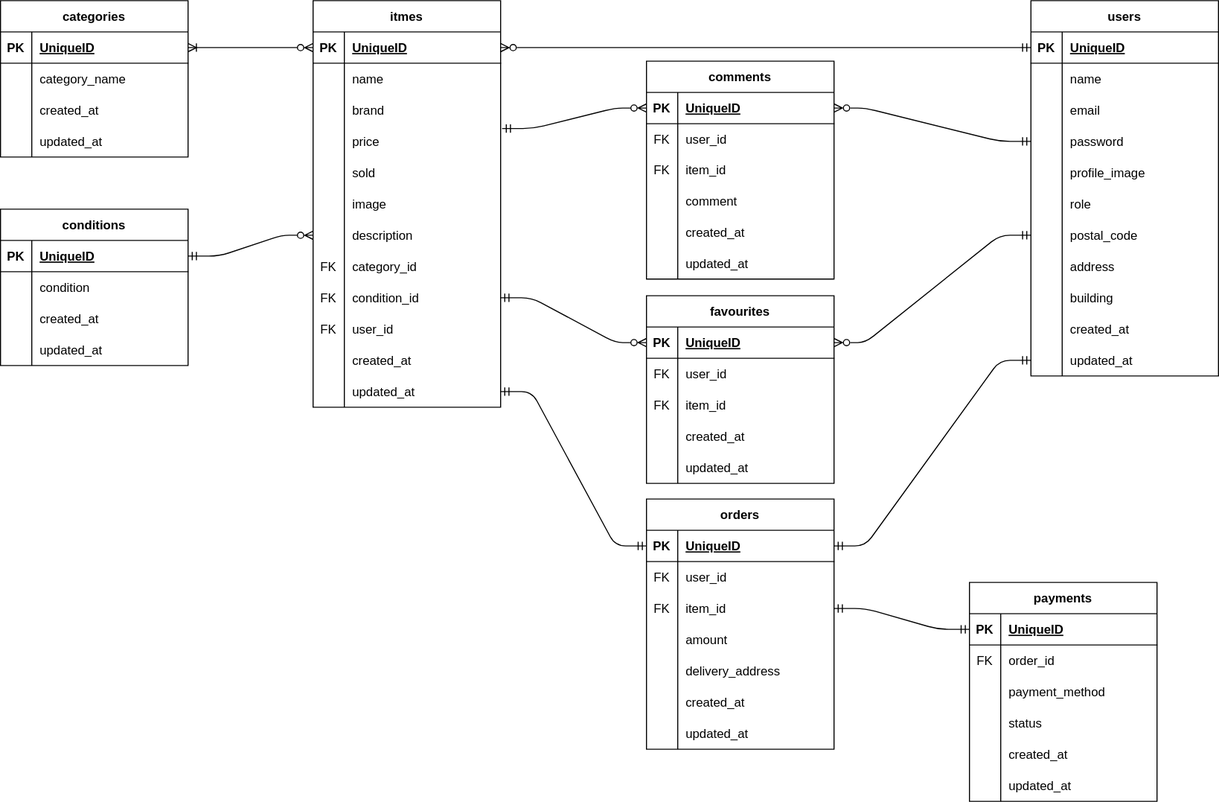
Before: index.drawio.svg, a diagram exported from draw.io (MiyokoNakada/20240806_Flea_Market). Source tidied: cells renumbered, new cells last; positions are measured from the earlier drawing's top-left corner, leaving out a move shared by most shapes.
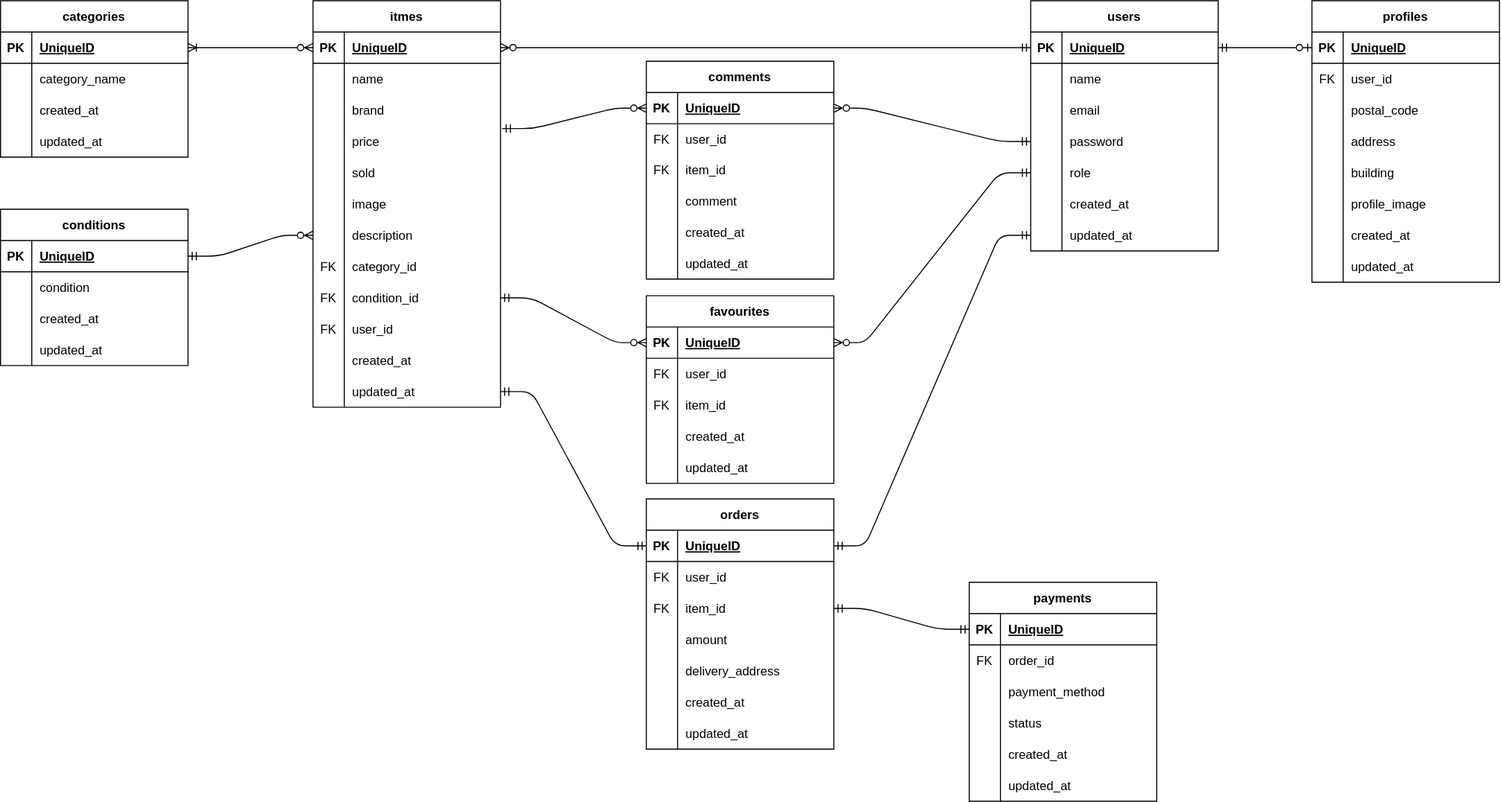
After the change.

The edit, as a diff of the source:
```diff
@@ -114,7 +114,7 @@
       <mxGeometry x="30" width="150" height="30" as="geometry" />
     </mxCell>
     <mxCell id="39" value="users" style="shape=table;startSize=30;rowLines=0;fontStyle=1;align=center;" parent="1" vertex="1">
-      <mxGeometry x="989" width="180" height="360" as="geometry" />
+      <mxGeometry x="989" width="180" height="240" as="geometry" />
     </mxCell>
     <mxCell id="40" style="shape=tableRow;horizontal=0;startSize=0;swimlaneHead=0;swimlaneBody=0;fillColor=none;points=[[0,0.5],[1,0.5]];portConstraint=eastwest;top=0;left=0;right=0;bottom=1;" parent="39" vertex="1">
       <mxGeometry y="30" width="180" height="30" as="geometry" />
@@ -152,17 +152,8 @@
     <mxCell id="51" value="password" style="shape=partialRectangle;fillColor=none;top=0;left=0;bottom=0;right=0;align=left;spacingLeft=6;overflow=hidden;" parent="49" vertex="1">
       <mxGeometry x="30" width="150" height="30" as="geometry" />
     </mxCell>
-    <mxCell id="52" style="shape=tableRow;horizontal=0;startSize=0;swimlaneHead=0;swimlaneBody=0;fillColor=none;top=0;left=0;right=0;bottom=0;" parent="39" vertex="1">
-      <mxGeometry y="150" width="180" height="30" as="geometry" />
-    </mxCell>
-    <mxCell id="53" style="shape=partialRectangle;fillColor=none;top=0;left=0;bottom=0;right=0;overflow=hidden;" parent="52" vertex="1">
-      <mxGeometry width="30" height="30" as="geometry" />
-    </mxCell>
-    <mxCell id="54" value="profile_image" style="shape=partialRectangle;fillColor=none;top=0;left=0;bottom=0;right=0;align=left;spacingLeft=6;overflow=hidden;" parent="52" vertex="1">
-      <mxGeometry x="30" width="150" height="30" as="geometry" />
-    </mxCell>
     <mxCell id="55" style="shape=tableRow;horizontal=0;startSize=0;swimlaneHead=0;swimlaneBody=0;fillColor=none;points=[[0,0.5],[1,0.5]];portConstraint=eastwest;top=0;left=0;right=0;bottom=0;" parent="39" vertex="1">
-      <mxGeometry y="180" width="180" height="30" as="geometry" />
+      <mxGeometry y="150" width="180" height="30" as="geometry" />
     </mxCell>
     <mxCell id="56" style="shape=partialRectangle;fillColor=none;top=0;left=0;bottom=0;right=0;overflow=hidden;" parent="55" vertex="1">
       <mxGeometry width="30" height="30" as="geometry" />
@@ -170,35 +161,8 @@
     <mxCell id="57" value="role" style="shape=partialRectangle;fillColor=none;top=0;left=0;bottom=0;right=0;align=left;spacingLeft=6;overflow=hidden;" parent="55" vertex="1">
       <mxGeometry x="30" width="150" height="30" as="geometry" />
     </mxCell>
-    <mxCell id="58" style="shape=tableRow;horizontal=0;startSize=0;swimlaneHead=0;swimlaneBody=0;fillColor=none;points=[[0,0.5],[1,0.5]];portConstraint=eastwest;top=0;left=0;right=0;bottom=0;" parent="39" vertex="1">
-      <mxGeometry y="210" width="180" height="30" as="geometry" />
-    </mxCell>
-    <mxCell id="59" style="shape=partialRectangle;fillColor=none;top=0;left=0;bottom=0;right=0;overflow=hidden;" parent="58" vertex="1">
-      <mxGeometry width="30" height="30" as="geometry" />
-    </mxCell>
-    <mxCell id="60" value="postal_code" style="shape=partialRectangle;fillColor=none;top=0;left=0;bottom=0;right=0;align=left;spacingLeft=6;overflow=hidden;" parent="58" vertex="1">
-      <mxGeometry x="30" width="150" height="30" as="geometry" />
-    </mxCell>
-    <mxCell id="61" style="shape=tableRow;horizontal=0;startSize=0;swimlaneHead=0;swimlaneBody=0;fillColor=none;top=0;left=0;right=0;bottom=0;" parent="39" vertex="1">
-      <mxGeometry y="240" width="180" height="30" as="geometry" />
-    </mxCell>
-    <mxCell id="62" style="shape=partialRectangle;fillColor=none;top=0;left=0;bottom=0;right=0;overflow=hidden;" parent="61" vertex="1">
-      <mxGeometry width="30" height="30" as="geometry" />
-    </mxCell>
-    <mxCell id="63" value="address" style="shape=partialRectangle;fillColor=none;top=0;left=0;bottom=0;right=0;align=left;spacingLeft=6;overflow=hidden;" parent="61" vertex="1">
-      <mxGeometry x="30" width="150" height="30" as="geometry" />
-    </mxCell>
-    <mxCell id="64" style="shape=tableRow;horizontal=0;startSize=0;swimlaneHead=0;swimlaneBody=0;fillColor=none;top=0;left=0;right=0;bottom=0;" parent="39" vertex="1">
-      <mxGeometry y="270" width="180" height="30" as="geometry" />
-    </mxCell>
-    <mxCell id="65" style="shape=partialRectangle;fillColor=none;top=0;left=0;bottom=0;right=0;overflow=hidden;" parent="64" vertex="1">
-      <mxGeometry width="30" height="30" as="geometry" />
-    </mxCell>
-    <mxCell id="66" value="building" style="shape=partialRectangle;fillColor=none;top=0;left=0;bottom=0;right=0;align=left;spacingLeft=6;overflow=hidden;" parent="64" vertex="1">
-      <mxGeometry x="30" width="150" height="30" as="geometry" />
-    </mxCell>
     <mxCell id="67" style="shape=tableRow;horizontal=0;startSize=0;swimlaneHead=0;swimlaneBody=0;fillColor=none;top=0;left=0;right=0;bottom=0;" parent="39" vertex="1">
-      <mxGeometry y="300" width="180" height="30" as="geometry" />
+      <mxGeometry y="180" width="180" height="30" as="geometry" />
     </mxCell>
     <mxCell id="68" style="shape=partialRectangle;fillColor=none;top=0;left=0;bottom=0;right=0;overflow=hidden;" parent="67" vertex="1">
       <mxGeometry width="30" height="30" as="geometry" />
@@ -207,7 +171,7 @@
       <mxGeometry x="30" width="150" height="30" as="geometry" />
     </mxCell>
     <mxCell id="70" style="shape=tableRow;horizontal=0;startSize=0;swimlaneHead=0;swimlaneBody=0;fillColor=none;points=[[0,0.5],[1,0.5]];portConstraint=eastwest;top=0;left=0;right=0;bottom=0;" parent="39" vertex="1">
-      <mxGeometry y="330" width="180" height="30" as="geometry" />
+      <mxGeometry y="210" width="180" height="30" as="geometry" />
     </mxCell>
     <mxCell id="71" style="shape=partialRectangle;fillColor=none;top=0;left=0;bottom=0;right=0;overflow=hidden;" parent="70" vertex="1">
       <mxGeometry width="30" height="30" as="geometry" />
@@ -545,11 +509,89 @@
     <mxCell id="182" value="updated_at" style="shape=partialRectangle;fillColor=none;top=0;left=0;bottom=0;right=0;align=left;spacingLeft=6;overflow=hidden;" parent="180" vertex="1">
       <mxGeometry x="30" width="150" height="30" as="geometry" />
     </mxCell>
-    <mxCell id="183" style="fontSize=12;html=1;endArrow=ERmandOne;startArrow=ERzeroToMany;exitX=1;exitY=0.5;exitDx=0;exitDy=0;entryX=0;entryY=0.5;entryDx=0;entryDy=0;startFill=0;endFill=0;edgeStyle=entityRelationEdgeStyle;" parent="1" edge="1" source="168" target="58">
+    <mxCell id="183" style="fontSize=12;html=1;endArrow=ERmandOne;startArrow=ERzeroToMany;exitX=1;exitY=0.5;exitDx=0;exitDy=0;entryX=0;entryY=0.5;entryDx=0;entryDy=0;startFill=0;endFill=0;edgeStyle=entityRelationEdgeStyle;" parent="1" edge="1" source="168" target="55">
       <mxGeometry relative="1" as="geometry" />
     </mxCell>
     <mxCell id="184" style="edgeStyle=entityRelationEdgeStyle;fontSize=12;html=1;endArrow=ERzeroToMany;startArrow=ERmandOne;entryX=0;entryY=0.5;entryDx=0;entryDy=0;startFill=0;endFill=0;exitX=1;exitY=0.5;exitDx=0;exitDy=0;" parent="1" edge="1" source="27" target="168">
       <mxGeometry relative="1" as="geometry" />
     </mxCell>
+    <mxCell id="185" value="profiles" style="shape=table;startSize=30;rowLines=0;fontStyle=1;align=center;" parent="1" vertex="1">
+      <mxGeometry x="1259" width="180" height="270" as="geometry" />
+    </mxCell>
+    <mxCell id="186" style="shape=tableRow;horizontal=0;startSize=0;swimlaneHead=0;swimlaneBody=0;fillColor=none;points=[[0,0.5],[1,0.5]];portConstraint=eastwest;top=0;left=0;right=0;bottom=1;" parent="185" vertex="1">
+      <mxGeometry y="30" width="180" height="30" as="geometry" />
+    </mxCell>
+    <mxCell id="187" value="PK" style="shape=partialRectangle;fillColor=none;top=0;left=0;bottom=0;right=0;fontStyle=1;overflow=hidden;" parent="186" vertex="1">
+      <mxGeometry width="30" height="30" as="geometry" />
+    </mxCell>
+    <mxCell id="188" value="UniqueID" style="shape=partialRectangle;fillColor=none;top=0;left=0;bottom=0;right=0;align=left;spacingLeft=6;fontStyle=5;overflow=hidden;" parent="186" vertex="1">
+      <mxGeometry x="30" width="150" height="30" as="geometry" />
+    </mxCell>
+    <mxCell id="189" style="shape=tableRow;horizontal=0;startSize=0;swimlaneHead=0;swimlaneBody=0;fillColor=none;top=0;left=0;right=0;bottom=0;" parent="185" vertex="1">
+      <mxGeometry y="60" width="180" height="30" as="geometry" />
+    </mxCell>
+    <mxCell id="190" value="FK" style="shape=partialRectangle;fillColor=none;top=0;left=0;bottom=0;right=0;overflow=hidden;" parent="189" vertex="1">
+      <mxGeometry width="30" height="30" as="geometry" />
+    </mxCell>
+    <mxCell id="191" value="user_id" style="shape=partialRectangle;fillColor=none;top=0;left=0;bottom=0;right=0;align=left;spacingLeft=6;overflow=hidden;" parent="189" vertex="1">
+      <mxGeometry x="30" width="150" height="30" as="geometry" />
+    </mxCell>
+    <mxCell id="192" style="shape=tableRow;horizontal=0;startSize=0;swimlaneHead=0;swimlaneBody=0;fillColor=none;top=0;left=0;right=0;bottom=0;" parent="185" vertex="1">
+      <mxGeometry y="90" width="180" height="30" as="geometry" />
+    </mxCell>
+    <mxCell id="193" style="shape=partialRectangle;fillColor=none;top=0;left=0;bottom=0;right=0;overflow=hidden;" parent="192" vertex="1">
+      <mxGeometry width="30" height="30" as="geometry" />
+    </mxCell>
+    <mxCell id="60" value="postal_code" style="shape=partialRectangle;fillColor=none;top=0;left=0;bottom=0;right=0;align=left;spacingLeft=6;overflow=hidden;" parent="192" vertex="1">
+      <mxGeometry x="30" width="150" height="30" as="geometry" />
+    </mxCell>
+    <mxCell id="194" style="shape=tableRow;horizontal=0;startSize=0;swimlaneHead=0;swimlaneBody=0;fillColor=none;top=0;left=0;right=0;bottom=0;" parent="185" vertex="1">
+      <mxGeometry y="120" width="180" height="30" as="geometry" />
+    </mxCell>
+    <mxCell id="195" style="shape=partialRectangle;fillColor=none;top=0;left=0;bottom=0;right=0;overflow=hidden;" parent="194" vertex="1">
+      <mxGeometry width="30" height="30" as="geometry" />
+    </mxCell>
+    <mxCell id="63" value="address" style="shape=partialRectangle;fillColor=none;top=0;left=0;bottom=0;right=0;align=left;spacingLeft=6;overflow=hidden;" parent="194" vertex="1">
+      <mxGeometry x="30" width="150" height="30" as="geometry" />
+    </mxCell>
+    <mxCell id="52" style="shape=tableRow;horizontal=0;startSize=0;swimlaneHead=0;swimlaneBody=0;fillColor=none;top=0;left=0;right=0;bottom=0;" parent="185" vertex="1">
+      <mxGeometry y="150" width="180" height="30" as="geometry" />
+    </mxCell>
+    <mxCell id="196" style="shape=partialRectangle;fillColor=none;top=0;left=0;bottom=0;right=0;overflow=hidden;" parent="52" vertex="1">
+      <mxGeometry width="30" height="30" as="geometry" />
+    </mxCell>
+    <mxCell id="66" value="building" style="shape=partialRectangle;fillColor=none;top=0;left=0;bottom=0;right=0;align=left;spacingLeft=6;overflow=hidden;" parent="52" vertex="1">
+      <mxGeometry x="30" width="150" height="30" as="geometry" />
+    </mxCell>
+    <mxCell id="197" style="shape=tableRow;horizontal=0;startSize=0;swimlaneHead=0;swimlaneBody=0;fillColor=none;top=0;left=0;right=0;bottom=0;" parent="185" vertex="1">
+      <mxGeometry y="180" width="180" height="30" as="geometry" />
+    </mxCell>
+    <mxCell id="198" style="shape=partialRectangle;fillColor=none;top=0;left=0;bottom=0;right=0;overflow=hidden;" parent="197" vertex="1">
+      <mxGeometry width="30" height="30" as="geometry" />
+    </mxCell>
+    <mxCell id="54" value="profile_image" style="shape=partialRectangle;fillColor=none;top=0;left=0;bottom=0;right=0;align=left;spacingLeft=6;overflow=hidden;" parent="197" vertex="1">
+      <mxGeometry x="30" width="150" height="30" as="geometry" />
+    </mxCell>
+    <mxCell id="58" style="shape=tableRow;horizontal=0;startSize=0;swimlaneHead=0;swimlaneBody=0;fillColor=none;points=[[0,0.5],[1,0.5]];portConstraint=eastwest;top=0;left=0;right=0;bottom=0;" parent="185" vertex="1">
+      <mxGeometry y="210" width="180" height="30" as="geometry" />
+    </mxCell>
+    <mxCell id="199" style="shape=partialRectangle;fillColor=none;top=0;left=0;bottom=0;right=0;overflow=hidden;" parent="58" vertex="1">
+      <mxGeometry width="30" height="30" as="geometry" />
+    </mxCell>
+    <mxCell id="200" value="created_at" style="shape=partialRectangle;fillColor=none;top=0;left=0;bottom=0;right=0;align=left;spacingLeft=6;overflow=hidden;" parent="58" vertex="1">
+      <mxGeometry x="30" width="150" height="30" as="geometry" />
+    </mxCell>
+    <mxCell id="61" style="shape=tableRow;horizontal=0;startSize=0;swimlaneHead=0;swimlaneBody=0;fillColor=none;top=0;left=0;right=0;bottom=0;" parent="185" vertex="1">
+      <mxGeometry y="240" width="180" height="30" as="geometry" />
+    </mxCell>
+    <mxCell id="201" style="shape=partialRectangle;fillColor=none;top=0;left=0;bottom=0;right=0;overflow=hidden;" parent="61" vertex="1">
+      <mxGeometry width="30" height="30" as="geometry" />
+    </mxCell>
+    <mxCell id="202" value="updated_at" style="shape=partialRectangle;fillColor=none;top=0;left=0;bottom=0;right=0;align=left;spacingLeft=6;overflow=hidden;" parent="61" vertex="1">
+      <mxGeometry x="30" width="150" height="30" as="geometry" />
+    </mxCell>
+    <mxCell id="203" style="edgeStyle=entityRelationEdgeStyle;fontSize=12;html=1;endArrow=ERzeroToOne;startArrow=ERmandOne;exitX=1;exitY=0.5;exitDx=0;exitDy=0;entryX=0;entryY=0.5;entryDx=0;entryDy=0;startFill=0;endFill=0;" parent="1" edge="1" source="40" target="186">
+      <mxGeometry relative="1" as="geometry" />
+    </mxCell>
   </root>
 </mxGraphModel>
```
